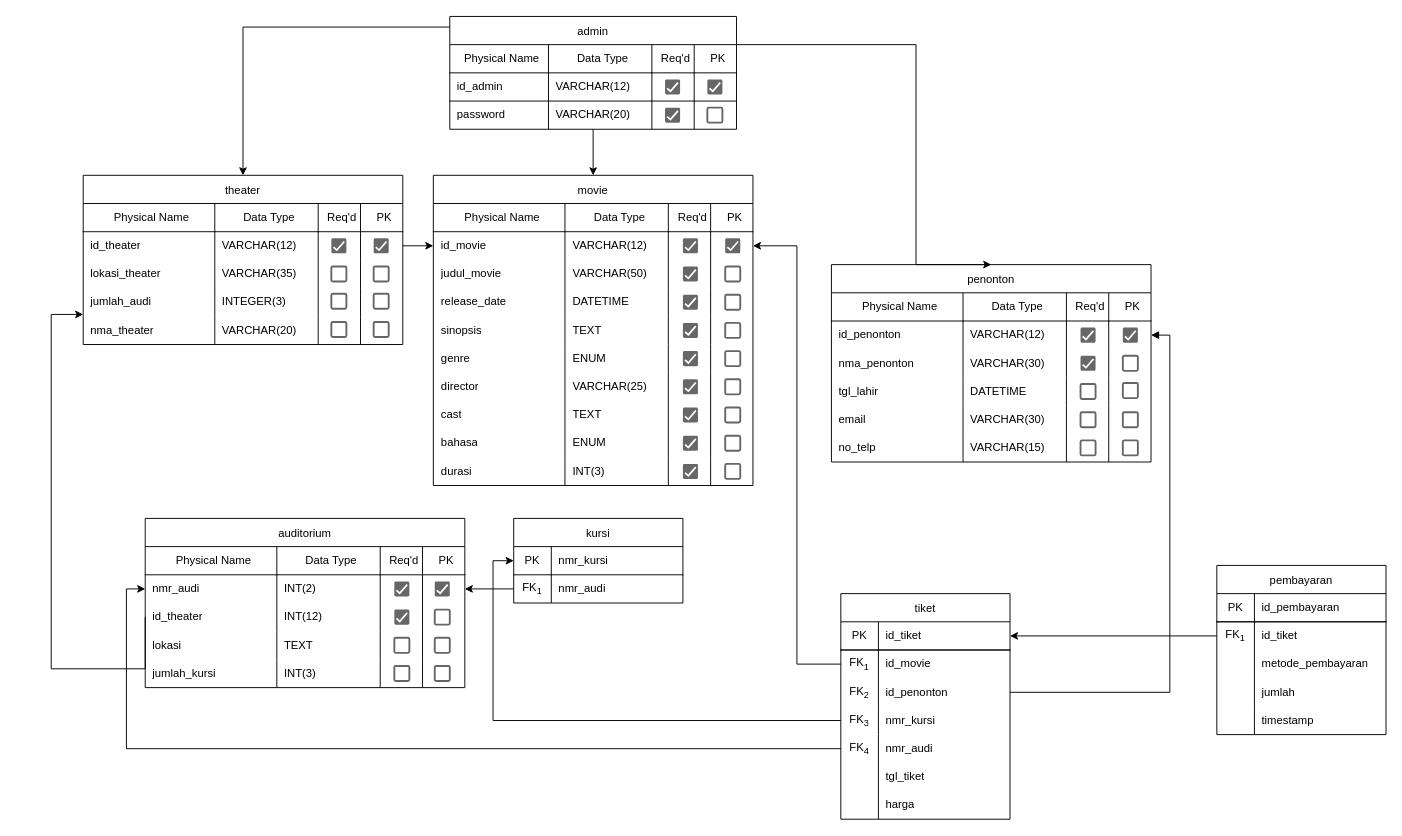
Before: movie_pdm.drawio in vinnnna/sistem-basis-data, a draw.io diagram. Source tidied: cells renumbered, new cells numbered last; positions are measured from the earlier drawing's top-left corner, leaving out a move shared by most shapes. Both pictures are drawn from the tidied source at 94%, with x=0, y=0 at pixel (51, 16).
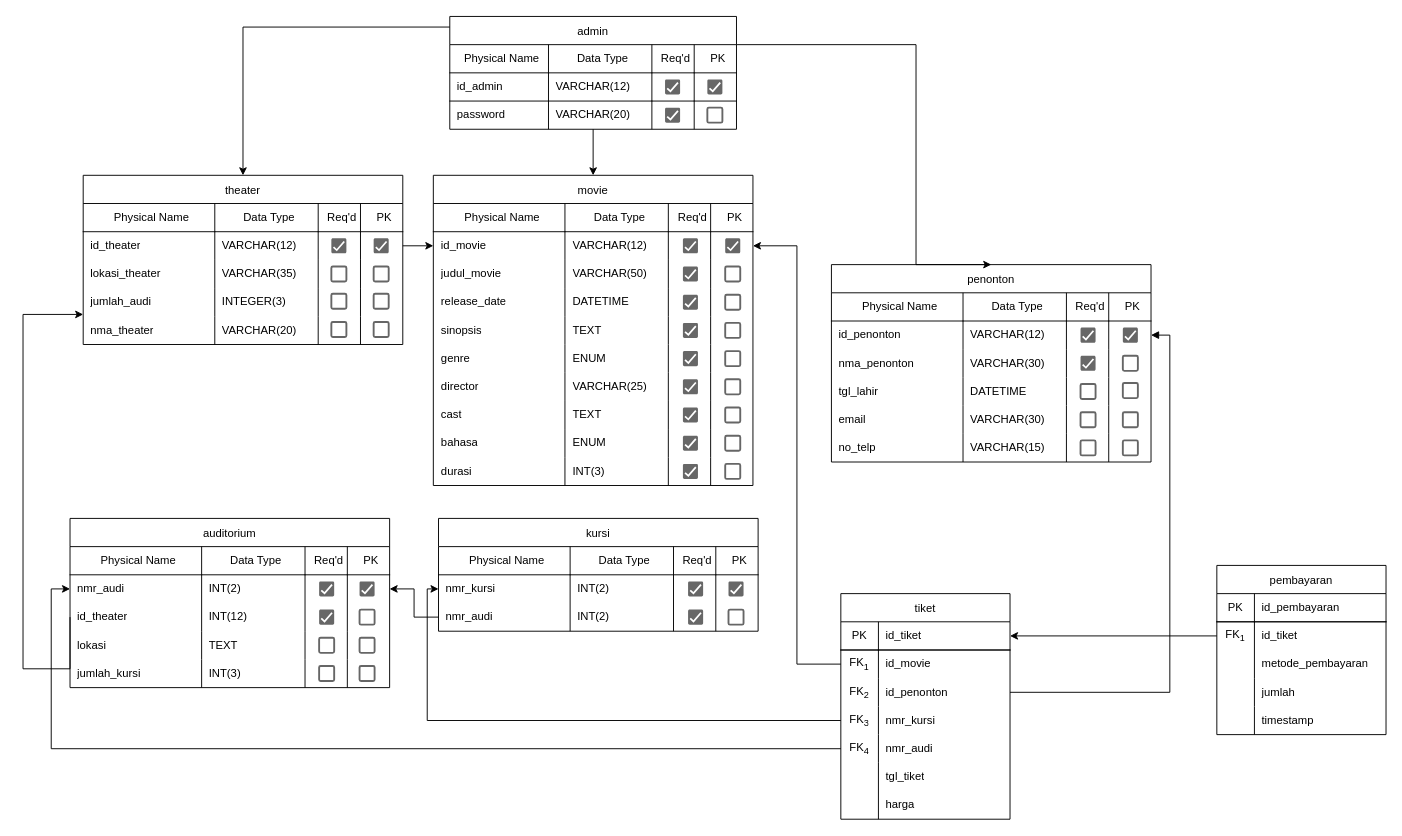
After the change.

Unchanged cells that the change refers to:
```xml
<mxCell id="89" style="shape=tableRow;horizontal=0;startSize=0;swimlaneHead=0;swimlaneBody=0;top=0;left=0;bottom=0;right=0;fillColor=none;points=[[0,0.5],[1,0.5]];portConstraint=eastwest;strokeColor=inherit;fontSize=12;" parent="79" vertex="1">
  <mxGeometry y="120" width="180" height="30" as="geometry" />
</mxCell>
<mxCell id="177" style="shape=tableRow;horizontal=0;startSize=0;swimlaneHead=0;swimlaneBody=0;top=0;left=0;bottom=0;right=0;fillColor=none;points=[[0,0.5],[1,0.5]];portConstraint=eastwest;strokeColor=inherit;fontSize=12;" parent="166" vertex="1">
  <mxGeometry y="90" width="340" height="30" as="geometry" />
</mxCell>
```

The edit, as a diff of the source:
```diff
@@
     <mxCell id="166" value="auditorium" style="shape=table;startSize=30;childLayout=tableLayout;rowLines=0;fontStyle=0;strokeColor=default;fontSize=12;" parent="1" vertex="1">
-      <mxGeometry x="100" y="534" width="340" height="180" as="geometry" />
+      <mxGeometry x="20" y="534" width="340" height="180" as="geometry" />
     </mxCell>
@@
     <mxCell id="192" value="kursi" style="shape=table;startSize=30;childLayout=tableLayout;rowLines=0;fontStyle=0;strokeColor=default;fontSize=12;" parent="1" vertex="1">
-      <mxGeometry x="492" y="534" width="180" height="90" as="geometry" />
+      <mxGeometry x="412" y="534" width="340" height="120" as="geometry" />
     </mxCell>
+    <mxCell id="256" style="shape=tableRow;horizontal=0;startSize=0;swimlaneHead=0;swimlaneBody=0;top=0;left=0;bottom=0;right=0;fillColor=none;strokeColor=inherit;fontSize=12;" parent="192" vertex="1">
+      <mxGeometry y="30" width="340" height="30" as="geometry" />
+    </mxCell>
+    <mxCell id="257" value="Physical Name" style="shape=partialRectangle;html=1;whiteSpace=wrap;fillColor=none;top=0;left=0;bottom=1;right=0;align=center;spacingLeft=6;overflow=hidden;strokeColor=inherit;fontSize=12;strokeWidth=1;" parent="256" vertex="1">
+      <mxGeometry width="140" height="30" as="geometry" />
+    </mxCell>
+    <mxCell id="258" value="Data Type" style="shape=partialRectangle;html=1;whiteSpace=wrap;fillColor=none;top=0;left=0;bottom=1;right=0;align=center;spacingLeft=6;overflow=hidden;strokeColor=inherit;fontSize=12;strokeWidth=1;" parent="256" vertex="1">
+      <mxGeometry x="140" width="110" height="30" as="geometry" />
+    </mxCell>
+    <mxCell id="259" value="Req'd" style="shape=partialRectangle;html=1;whiteSpace=wrap;fillColor=none;top=0;left=0;bottom=1;right=0;align=center;spacingLeft=6;overflow=hidden;strokeColor=inherit;fontSize=12;strokeWidth=1;" parent="256" vertex="1">
+      <mxGeometry x="250" width="45" height="30" as="geometry" />
+    </mxCell>
+    <mxCell id="194" value="PK" style="shape=partialRectangle;html=1;whiteSpace=wrap;fillColor=none;top=0;left=0;bottom=1;right=0;align=center;spacingLeft=6;overflow=hidden;strokeColor=inherit;fontSize=12;strokeWidth=1;" parent="256" vertex="1">
+      <mxGeometry x="295" width="45" height="30" as="geometry" />
+    </mxCell>
     <mxCell id="193" style="shape=tableRow;horizontal=0;startSize=0;swimlaneHead=0;swimlaneBody=0;top=0;left=0;bottom=0;right=0;fillColor=none;points=[[0,0.5],[1,0.5]];portConstraint=eastwest;strokeColor=inherit;fontSize=12;" parent="192" vertex="1">
-      <mxGeometry y="30" width="180" height="30" as="geometry" />
+      <mxGeometry y="60" width="340" height="30" as="geometry" />
     </mxCell>
-    <mxCell id="194" value="PK" style="shape=partialRectangle;html=1;whiteSpace=wrap;fillColor=none;top=0;left=0;bottom=1;right=0;overflow=hidden;strokeColor=inherit;fontSize=12;" parent="193" vertex="1">
-      <mxGeometry width="40" height="30" as="geometry" />
-    </mxCell>
-    <mxCell id="195" value="nmr_kursi" style="shape=partialRectangle;html=1;whiteSpace=wrap;fillColor=none;top=0;left=0;bottom=1;right=0;align=left;spacingLeft=6;overflow=hidden;strokeColor=inherit;fontSize=12;strokeWidth=1;" parent="193" vertex="1">
-      <mxGeometry x="40" width="140" height="30" as="geometry" />
+    <mxCell id="195" value="nmr_kursi" style="shape=partialRectangle;html=1;whiteSpace=wrap;fillColor=none;top=0;left=0;bottom=0;right=0;align=left;spacingLeft=6;overflow=hidden;strokeColor=inherit;fontSize=12;strokeWidth=1;" parent="193" vertex="1">
+      <mxGeometry width="140" height="30" as="geometry" />
     </mxCell>
+    <mxCell id="260" value="INT(2)" style="shape=partialRectangle;html=1;whiteSpace=wrap;fillColor=none;top=0;left=0;bottom=0;right=0;align=left;spacingLeft=6;overflow=hidden;strokeColor=inherit;fontSize=12;strokeWidth=1;" parent="193" vertex="1">
+      <mxGeometry x="140" width="110" height="30" as="geometry" />
+    </mxCell>
+    <mxCell id="261" style="shape=partialRectangle;html=1;whiteSpace=wrap;fillColor=none;top=0;left=0;bottom=0;right=0;align=left;spacingLeft=6;overflow=hidden;strokeColor=inherit;fontSize=12;strokeWidth=1;" parent="193" vertex="1">
+      <mxGeometry x="250" width="45" height="30" as="geometry" />
+    </mxCell>
+    <mxCell id="262" style="shape=partialRectangle;html=1;whiteSpace=wrap;fillColor=none;top=0;left=0;bottom=0;right=0;align=left;spacingLeft=6;overflow=hidden;strokeColor=inherit;fontSize=12;strokeWidth=1;" parent="193" vertex="1">
+      <mxGeometry x="295" width="45" height="30" as="geometry" />
+    </mxCell>
     <mxCell id="196" style="shape=tableRow;horizontal=0;startSize=0;swimlaneHead=0;swimlaneBody=0;top=0;left=0;bottom=0;right=0;fillColor=none;points=[[0,0.5],[1,0.5]];portConstraint=eastwest;strokeColor=inherit;fontSize=12;" parent="192" vertex="1">
-      <mxGeometry y="60" width="180" height="30" as="geometry" />
+      <mxGeometry y="90" width="340" height="30" as="geometry" />
     </mxCell>
-    <mxCell id="197" value="FK&lt;sub&gt;1&lt;/sub&gt;" style="shape=partialRectangle;html=1;whiteSpace=wrap;fillColor=none;top=0;left=0;bottom=0;right=0;overflow=hidden;strokeColor=inherit;fontSize=12;" parent="196" vertex="1">
-      <mxGeometry width="40" height="30" as="geometry" />
-    </mxCell>
     <mxCell id="198" value="nmr_audi" style="shape=partialRectangle;html=1;whiteSpace=wrap;fillColor=none;top=0;left=0;bottom=0;right=0;align=left;spacingLeft=6;overflow=hidden;strokeColor=inherit;fontSize=12;" parent="196" vertex="1">
-      <mxGeometry x="40" width="140" height="30" as="geometry" />
+      <mxGeometry width="140" height="30" as="geometry" />
     </mxCell>
+    <mxCell id="263" value="INT(2)" style="shape=partialRectangle;html=1;whiteSpace=wrap;fillColor=none;top=0;left=0;bottom=0;right=0;align=left;spacingLeft=6;overflow=hidden;strokeColor=inherit;fontSize=12;" parent="196" vertex="1">
+      <mxGeometry x="140" width="110" height="30" as="geometry" />
+    </mxCell>
+    <mxCell id="264" style="shape=partialRectangle;html=1;whiteSpace=wrap;fillColor=none;top=0;left=0;bottom=0;right=0;align=left;spacingLeft=6;overflow=hidden;strokeColor=inherit;fontSize=12;" parent="196" vertex="1">
+      <mxGeometry x="250" width="45" height="30" as="geometry" />
+    </mxCell>
+    <mxCell id="265" style="shape=partialRectangle;html=1;whiteSpace=wrap;fillColor=none;top=0;left=0;bottom=0;right=0;align=left;spacingLeft=6;overflow=hidden;strokeColor=inherit;fontSize=12;" parent="196" vertex="1">
+      <mxGeometry x="295" width="45" height="30" as="geometry" />
+    </mxCell>
@@
     <mxCell id="203" style="edgeStyle=orthogonalEdgeStyle;rounded=0;jettySize=auto;html=1;exitX=0;exitY=0.5;exitDx=0;exitDy=0;entryX=0;entryY=0.5;entryDx=0;entryDy=0;" parent="1" edge="1" source="89" target="193">
       <mxGeometry relative="1" as="geometry">
         <Array as="points">
-          <mxPoint x="470" y="749" />
-          <mxPoint x="470" y="579" />
+          <mxPoint x="400" y="749" />
+          <mxPoint x="400" y="609" />
         </Array>
       </mxGeometry>
     </mxCell>
@@
     <mxCell id="206" style="edgeStyle=orthogonalEdgeStyle;rounded=0;jettySize=auto;html=1;entryX=0;entryY=0.5;entryDx=0;entryDy=0;exitX=0;exitY=0.5;exitDx=0;exitDy=0;" parent="1" edge="1" source="177">
       <mxGeometry relative="1" as="geometry">
         <mxPoint x="34" y="317" as="targetPoint" />
         <Array as="points">
-          <mxPoint y="694" />
-          <mxPoint y="317" />
+          <mxPoint x="20" y="694" />
+          <mxPoint x="-30" y="694" />
+          <mxPoint x="-30" y="317" />
         </Array>
       </mxGeometry>
     </mxCell>
@@
     <mxCell id="248" style="dashed=0;labelPosition=right;align=left;shape=mxgraph.gmdl.checkbox;strokeColor=none;fillColor=#676767;strokeWidth=2;sketch=0;html=1;" parent="1" vertex="1">
-      <mxGeometry x="365" y="601" width="16" height="16" as="geometry" />
+      <mxGeometry x="285" y="601" width="16" height="16" as="geometry" />
     </mxCell>
     <mxCell id="249" style="dashed=0;labelPosition=right;align=left;shape=mxgraph.gmdl.checkbox;strokeColor=#666666;fillColor=none;strokeWidth=2;sketch=0;html=1;" parent="1" vertex="1">
-      <mxGeometry x="365" y="661" width="16" height="16" as="geometry" />
+      <mxGeometry x="285" y="661" width="16" height="16" as="geometry" />
     </mxCell>
     <mxCell id="250" style="dashed=0;labelPosition=right;align=left;shape=mxgraph.gmdl.checkbox;strokeColor=#666666;fillColor=none;strokeWidth=2;sketch=0;html=1;" parent="1" vertex="1">
-      <mxGeometry x="365" y="691" width="16" height="16" as="geometry" />
+      <mxGeometry x="285" y="691" width="16" height="16" as="geometry" />
     </mxCell>
     <mxCell id="251" style="dashed=0;labelPosition=right;align=left;shape=mxgraph.gmdl.checkbox;strokeColor=none;fillColor=#676767;strokeWidth=2;sketch=0;html=1;" parent="1" vertex="1">
-      <mxGeometry x="365" y="631" width="16" height="16" as="geometry" />
+      <mxGeometry x="285" y="631" width="16" height="16" as="geometry" />
     </mxCell>
     <mxCell id="252" style="dashed=0;labelPosition=right;align=left;shape=mxgraph.gmdl.checkbox;strokeColor=none;fillColor=#676767;strokeWidth=2;sketch=0;html=1;" parent="1" vertex="1">
-      <mxGeometry x="408" y="601" width="16" height="16" as="geometry" />
+      <mxGeometry x="328" y="601" width="16" height="16" as="geometry" />
     </mxCell>
     <mxCell id="253" style="dashed=0;labelPosition=right;align=left;shape=mxgraph.gmdl.checkbox;strokeColor=#666666;fillColor=none;strokeWidth=2;sketch=0;html=1;" parent="1" vertex="1">
-      <mxGeometry x="408" y="631" width="16" height="16" as="geometry" />
+      <mxGeometry x="328" y="631" width="16" height="16" as="geometry" />
     </mxCell>
     <mxCell id="254" style="dashed=0;labelPosition=right;align=left;shape=mxgraph.gmdl.checkbox;strokeColor=#666666;fillColor=none;strokeWidth=2;sketch=0;html=1;" parent="1" vertex="1">
-      <mxGeometry x="408" y="661" width="16" height="16" as="geometry" />
+      <mxGeometry x="328" y="661" width="16" height="16" as="geometry" />
     </mxCell>
     <mxCell id="255" style="dashed=0;labelPosition=right;align=left;shape=mxgraph.gmdl.checkbox;strokeColor=#666666;fillColor=none;strokeWidth=2;sketch=0;html=1;" parent="1" vertex="1">
-      <mxGeometry x="408" y="691" width="16" height="16" as="geometry" />
+      <mxGeometry x="328" y="691" width="16" height="16" as="geometry" />
     </mxCell>
+    <mxCell id="266" style="dashed=0;labelPosition=right;align=left;shape=mxgraph.gmdl.checkbox;strokeColor=none;fillColor=#676767;strokeWidth=2;sketch=0;html=1;" parent="1" vertex="1">
+      <mxGeometry x="677.5" y="601" width="16" height="16" as="geometry" />
+    </mxCell>
+    <mxCell id="267" style="dashed=0;labelPosition=right;align=left;shape=mxgraph.gmdl.checkbox;strokeColor=none;fillColor=#676767;strokeWidth=2;sketch=0;html=1;" parent="1" vertex="1">
+      <mxGeometry x="677.5" y="631" width="16" height="16" as="geometry" />
+    </mxCell>
+    <mxCell id="268" style="dashed=0;labelPosition=right;align=left;shape=mxgraph.gmdl.checkbox;strokeColor=none;fillColor=#676767;strokeWidth=2;sketch=0;html=1;" parent="1" vertex="1">
+      <mxGeometry x="720.5" y="601" width="16" height="16" as="geometry" />
+    </mxCell>
+    <mxCell id="269" style="dashed=0;labelPosition=right;align=left;shape=mxgraph.gmdl.checkbox;strokeColor=#666666;fillColor=none;strokeWidth=2;sketch=0;html=1;" parent="1" vertex="1">
+      <mxGeometry x="720.5" y="631" width="16" height="16" as="geometry" />
+    </mxCell>
```
